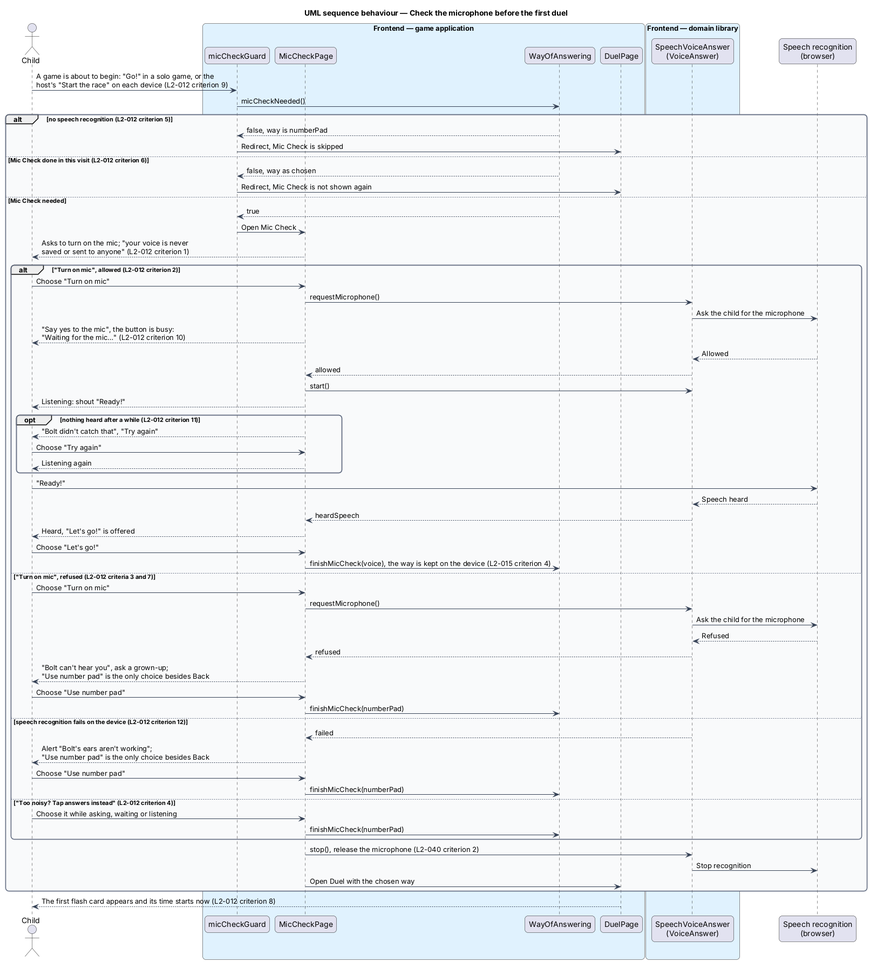
The PlantUML diagram docs/detailed-designs/answering/check-mic/diagrams/sequence-check-mic.png in QuinntyneBrown/around-the-world, before a commit. Its source is kept beside it as docs/detailed-designs/answering/check-mic/diagrams/sequence-check-mic.puml. Its diagram source:
```plantuml
@startuml
title UML sequence behaviour — Check the microphone before the first duel
skinparam backgroundColor #FFFFFF
skinparam shadowing false
skinparam roundcorner 12
skinparam defaultFontName Arial
skinparam ArrowColor #344054
skinparam rectangle {
  BorderColor #344054
  FontColor #101828
}
skinparam package {
  BorderColor #667085
  FontColor #101828
  BackgroundColor #F9FAFB
}
actor "Child" as child
box "Frontend — game application" #E0F2FE
  participant "micCheckGuard" as guard
  participant "MicCheckPage" as page
  participant "WayOfAnswering" as way
  participant "DuelPage" as duel
end box
box "Frontend — domain library" #E0F2FE
  participant "SpeechVoiceAnswer\n(VoiceAnswer)" as voice
end box
participant "Speech recognition\n(browser)" as sr
child -> guard : A game is about to begin: "Go!" in a solo game, or the\nhost's "Start the race" on each device (L2-012 criterion 9)
guard -> way : micCheckNeeded()
alt no speech recognition (L2-012 criterion 5)
  way --> guard : false, way is numberPad
  guard -> duel : Redirect, Mic Check is skipped
else Mic Check done in this visit (L2-012 criterion 6)
  way --> guard : false, way as chosen
  guard -> duel : Redirect, Mic Check is not shown again
else Mic Check needed
  way --> guard : true
  guard -> page : Open Mic Check
  page --> child : Asks to turn on the mic; "your voice is never\nsaved or sent to anyone" (L2-012 criterion 1)
  alt "Turn on mic", allowed (L2-012 criterion 2)
    child -> page : Choose "Turn on mic"
    page -> voice : requestMicrophone()
    voice -> sr : Ask the child for the microphone
    page --> child : "Say yes to the mic", the button is busy:\n"Waiting for the mic…" (L2-012 criterion 10)
    sr --> voice : Allowed
    voice --> page : allowed
    page -> voice : start()
    page --> child : Listening: shout "Ready!"
    opt nothing heard after a while (L2-012 criterion 11)
      page --> child : "Bolt didn't catch that", "Try again"
      child -> page : Choose "Try again"
      page --> child : Listening again
    end
    child -> sr : "Ready!"
    sr --> voice : Speech heard
    voice --> page : heardSpeech
    page --> child : Heard, "Let's go!" is offered
    child -> page : Choose "Let's go!"
    page -> way : finishMicCheck(voice), the way is kept on the device (L2-015 criterion 4)
  else "Turn on mic", refused (L2-012 criteria 3 and 7)
    child -> page : Choose "Turn on mic"
    page -> voice : requestMicrophone()
    voice -> sr : Ask the child for the microphone
    sr --> voice : Refused
    voice --> page : refused
    page --> child : "Bolt can't hear you", ask a grown-up;\n"Use number pad" is the only choice besides Back
    child -> page : Choose "Use number pad"
    page -> way : finishMicCheck(numberPad)
  else speech recognition fails on the device (L2-012 criterion 12)
    voice --> page : failed
    page --> child : Alert "Bolt's ears aren't working";\n"Use number pad" is the only choice besides Back
    child -> page : Choose "Use number pad"
    page -> way : finishMicCheck(numberPad)
  else "Too noisy? Tap answers instead" (L2-012 criterion 4)
    child -> page : Choose it while asking, waiting or listening
    page -> way : finishMicCheck(numberPad)
  end
  page -> voice : stop(), release the microphone (L2-040 criterion 2)
  voice -> sr : Stop recognition
  page -> duel : Open Duel with the chosen way
end
duel --> child : The first flash card appears and its time starts now (L2-012 criterion 8)
@enduml
```
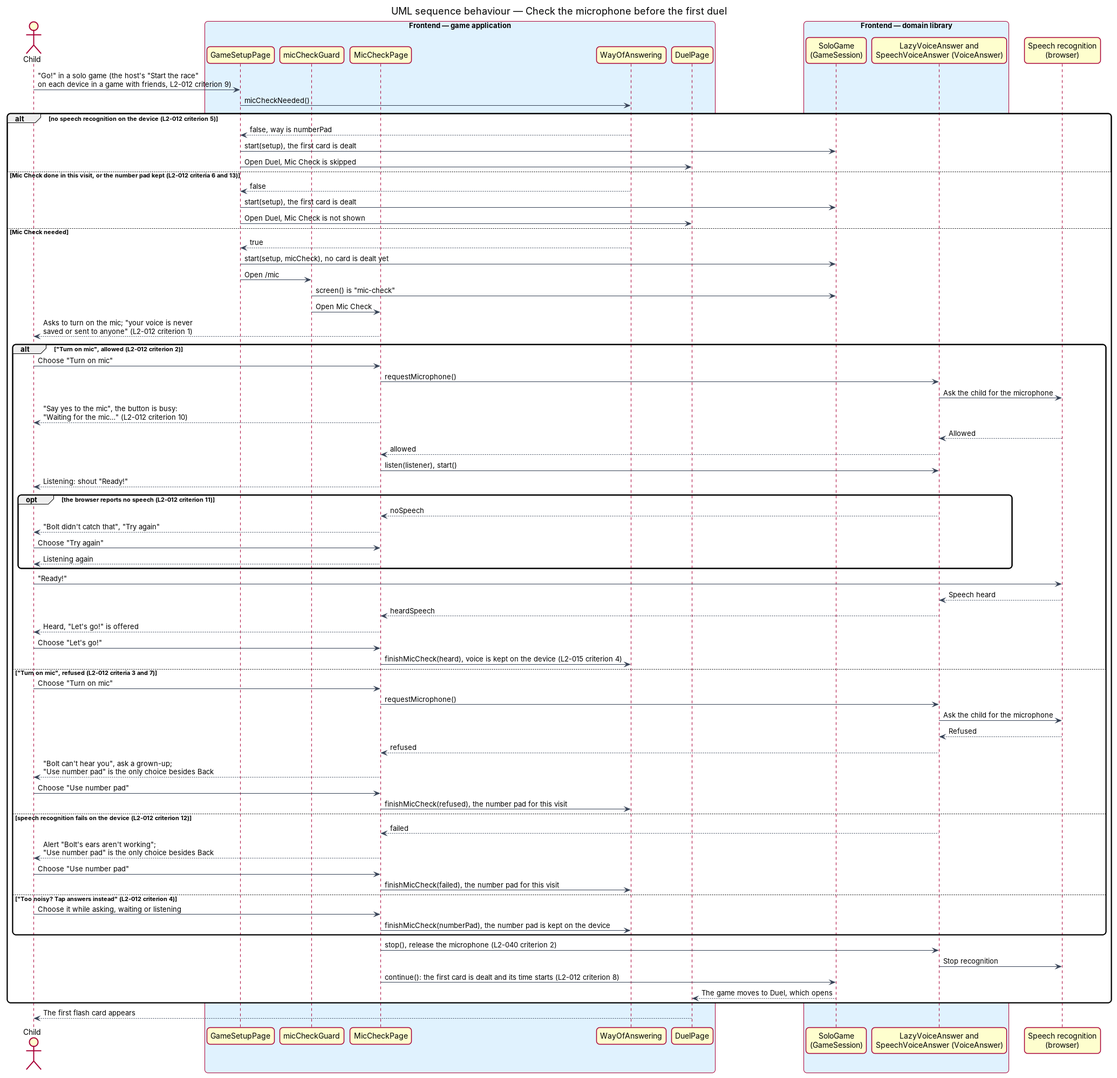
Later version of the same file.

What changed in the source:
```diff
@@ -16,25 +16,32 @@
 }
 actor "Child" as child
 box "Frontend — game application" #E0F2FE
+  participant "GameSetupPage" as setup
   participant "micCheckGuard" as guard
   participant "MicCheckPage" as page
   participant "WayOfAnswering" as way
   participant "DuelPage" as duel
 end box
 box "Frontend — domain library" #E0F2FE
-  participant "SpeechVoiceAnswer\n(VoiceAnswer)" as voice
+  participant "SoloGame\n(GameSession)" as solo
+  participant "LazyVoiceAnswer and\nSpeechVoiceAnswer (VoiceAnswer)" as voice
 end box
 participant "Speech recognition\n(browser)" as sr
-child -> guard : A game is about to begin: "Go!" in a solo game, or the\nhost's "Start the race" on each device (L2-012 criterion 9)
-guard -> way : micCheckNeeded()
-alt no speech recognition (L2-012 criterion 5)
-  way --> guard : false, way is numberPad
-  guard -> duel : Redirect, Mic Check is skipped
-else Mic Check done in this visit (L2-012 criterion 6)
-  way --> guard : false, way as chosen
-  guard -> duel : Redirect, Mic Check is not shown again
+child -> setup : "Go!" in a solo game (the host's "Start the race"\non each device in a game with friends, L2-012 criterion 9)
+setup -> way : micCheckNeeded()
+alt no speech recognition on the device (L2-012 criterion 5)
+  way --> setup : false, way is numberPad
+  setup -> solo : start(setup), the first card is dealt
+  setup -> duel : Open Duel, Mic Check is skipped
+else Mic Check done in this visit, or the number pad kept (L2-012 criteria 6 and 13)
+  way --> setup : false
+  setup -> solo : start(setup), the first card is dealt
+  setup -> duel : Open Duel, Mic Check is not shown
 else Mic Check needed
-  way --> guard : true
+  way --> setup : true
+  setup -> solo : start(setup, micCheck), no card is dealt yet
+  setup -> guard : Open /mic
+  guard -> solo : screen() is "mic-check"
   guard -> page : Open Mic Check
   page --> child : Asks to turn on the mic; "your voice is never\nsaved or sent to anyone" (L2-012 criterion 1)
   alt "Turn on mic", allowed (L2-012 criterion 2)
@@ -44,9 +51,10 @@
     page --> child : "Say yes to the mic", the button is busy:\n"Waiting for the mic…" (L2-012 criterion 10)
     sr --> voice : Allowed
     voice --> page : allowed
-    page -> voice : start()
+    page -> voice : listen(listener), start()
     page --> child : Listening: shout "Ready!"
-    opt nothing heard after a while (L2-012 criterion 11)
+    opt the browser reports no speech (L2-012 criterion 11)
+      voice --> page : noSpeech
       page --> child : "Bolt didn't catch that", "Try again"
       child -> page : Choose "Try again"
       page --> child : Listening again
@@ -56,7 +64,7 @@
     voice --> page : heardSpeech
     page --> child : Heard, "Let's go!" is offered
     child -> page : Choose "Let's go!"
-    page -> way : finishMicCheck(voice), the way is kept on the device (L2-015 criterion 4)
+    page -> way : finishMicCheck(heard), voice is kept on the device (L2-015 criterion 4)
   else "Turn on mic", refused (L2-012 criteria 3 and 7)
     child -> page : Choose "Turn on mic"
     page -> voice : requestMicrophone()
@@ -65,19 +73,20 @@
     voice --> page : refused
     page --> child : "Bolt can't hear you", ask a grown-up;\n"Use number pad" is the only choice besides Back
     child -> page : Choose "Use number pad"
-    page -> way : finishMicCheck(numberPad)
+    page -> way : finishMicCheck(refused), the number pad for this visit
   else speech recognition fails on the device (L2-012 criterion 12)
     voice --> page : failed
     page --> child : Alert "Bolt's ears aren't working";\n"Use number pad" is the only choice besides Back
     child -> page : Choose "Use number pad"
-    page -> way : finishMicCheck(numberPad)
+    page -> way : finishMicCheck(failed), the number pad for this visit
   else "Too noisy? Tap answers instead" (L2-012 criterion 4)
     child -> page : Choose it while asking, waiting or listening
-    page -> way : finishMicCheck(numberPad)
+    page -> way : finishMicCheck(numberPad), the number pad is kept on the device
   end
   page -> voice : stop(), release the microphone (L2-040 criterion 2)
   voice -> sr : Stop recognition
-  page -> duel : Open Duel with the chosen way
+  page -> solo : continue(): the first card is dealt and its time starts (L2-012 criterion 8)
+  solo --> duel : The game moves to Duel, which opens
 end
-duel --> child : The first flash card appears and its time starts now (L2-012 criterion 8)
+duel --> child : The first flash card appears
 @enduml
```
